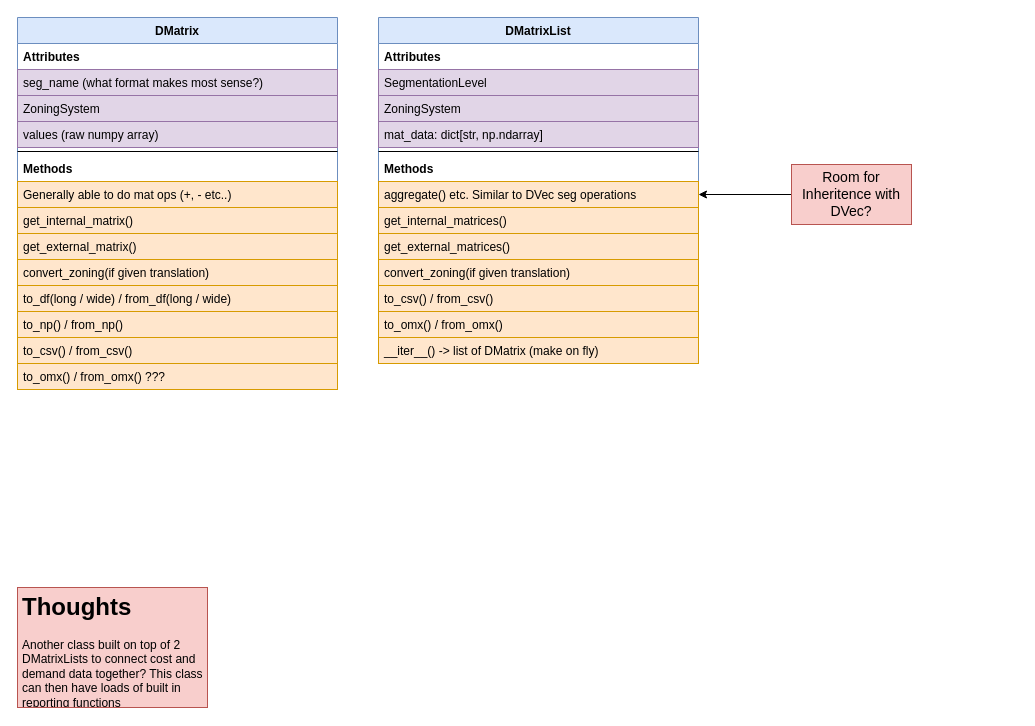
Earlier version of the draw.io diagram docs/op_models/DMat.drawio (Transport-for-the-North/NorMITs-Demand). Source tidied: cells renumbered, new cells numbered last; positions are measured from the earlier drawing's top-left corner, leaving out a move shared by most shapes. Both pictures are drawn from the tidied source at 100%, with x=0, y=0 at pixel (17, 17).
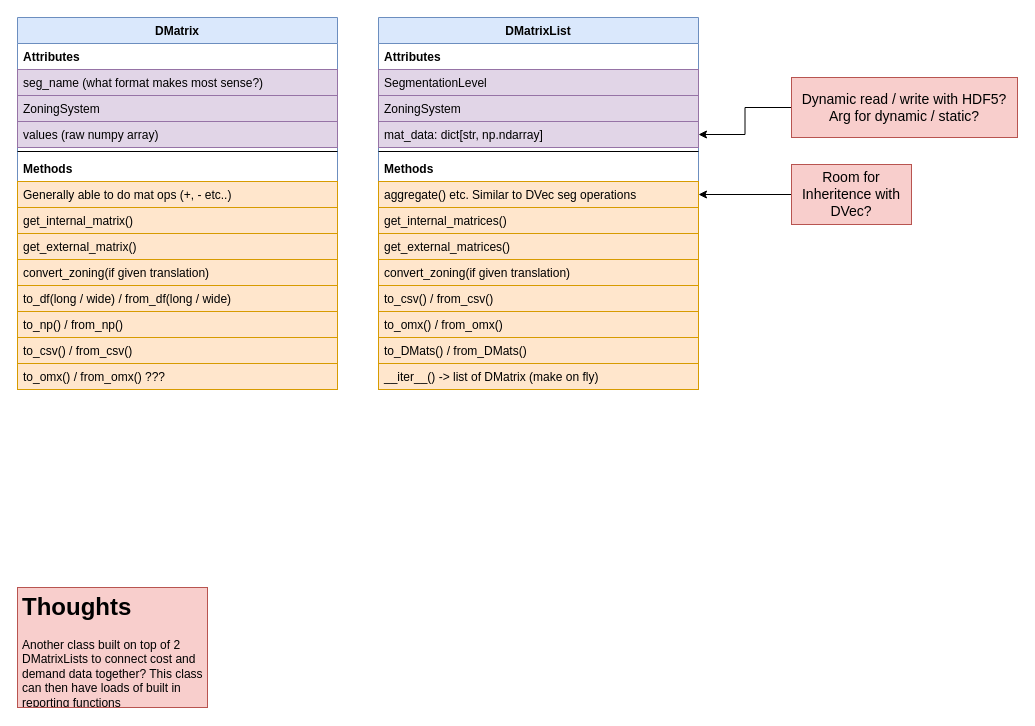
The same diagram, later.

The change refers to these unchanged cells:
```xml
<mxCell id="6" value="mat_data: dict[str, np.ndarray]" style="text;strokeColor=#9673a6;fillColor=#e1d5e7;align=left;verticalAlign=top;spacingLeft=4;spacingRight=4;overflow=hidden;points=[[0,0.5],[1,0.5]];portConstraint=eastwest;" parent="2" vertex="1">
  <mxGeometry y="104" width="320" height="26" as="geometry" />
</mxCell>
```

The edit, as a diff of the source:
```diff
@@
     <mxCell id="2" value="DMatrixList" style="swimlane;fontStyle=1;align=center;verticalAlign=top;horizontal=1;startSize=26;fillColor=#dae8fc;strokeColor=#6c8ebf;" parent="1" vertex="1">
-      <mxGeometry x="361" width="320" height="346" as="geometry" />
+      <mxGeometry x="361" width="320" height="372" as="geometry" />
     </mxCell>
@@
+    <mxCell id="34" value="to_DMats() / from_DMats()" style="text;strokeColor=#d79b00;fillColor=#ffe6cc;align=left;verticalAlign=top;spacingLeft=4;spacingRight=4;overflow=hidden;" parent="2" vertex="1">
+      <mxGeometry y="320" width="320" height="26" as="geometry" />
+    </mxCell>
     <mxCell id="15" value="__iter__() -&gt; list of DMatrix (make on fly)" style="text;strokeColor=#d79b00;fillColor=#ffe6cc;align=left;verticalAlign=top;spacingLeft=4;spacingRight=4;overflow=hidden;" parent="2" vertex="1">
-      <mxGeometry y="320" width="320" height="26" as="geometry" />
+      <mxGeometry y="346" width="320" height="26" as="geometry" />
     </mxCell>
@@
+    <mxCell id="35" style="edgeStyle=orthogonalEdgeStyle;rounded=0;jettySize=auto;html=1;exitX=0;exitY=0.5;exitDx=0;exitDy=0;entryX=1;entryY=0.5;entryDx=0;entryDy=0;" parent="1" edge="1" source="36" target="6">
+      <mxGeometry relative="1" as="geometry" />
+    </mxCell>
+    <mxCell id="36" value="&lt;font style=&quot;font-size: 14px&quot;&gt;Dynamic read / write with HDF5?&lt;br&gt;Arg for dynamic / static?&lt;br&gt;&lt;/font&gt;" style="rounded=0;whiteSpace=wrap;html=1;fillColor=#f8cecc;strokeColor=#b85450;" parent="1" vertex="1">
+      <mxGeometry x="774" y="60" width="226" height="60" as="geometry" />
+    </mxCell>
```
